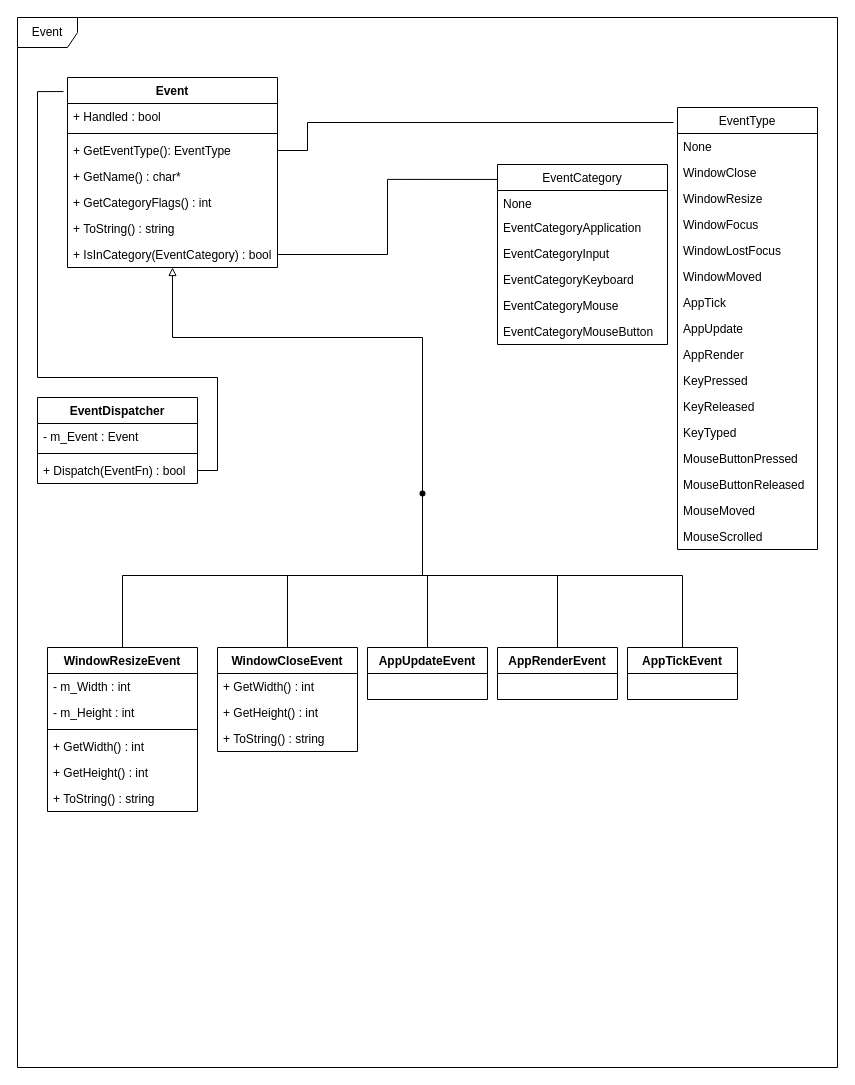
Before: page "Event" (5 of 8) of UMLDiagram.drawio in hazN/ECS_Engine, a draw.io diagram. Source tidied: cells renumbered, new cells numbered last; positions are measured from the earlier drawing's top-left corner, leaving out a move shared by most shapes. Both pictures are drawn from the tidied source at 100%, with x=0, y=0 at pixel (17, 17).
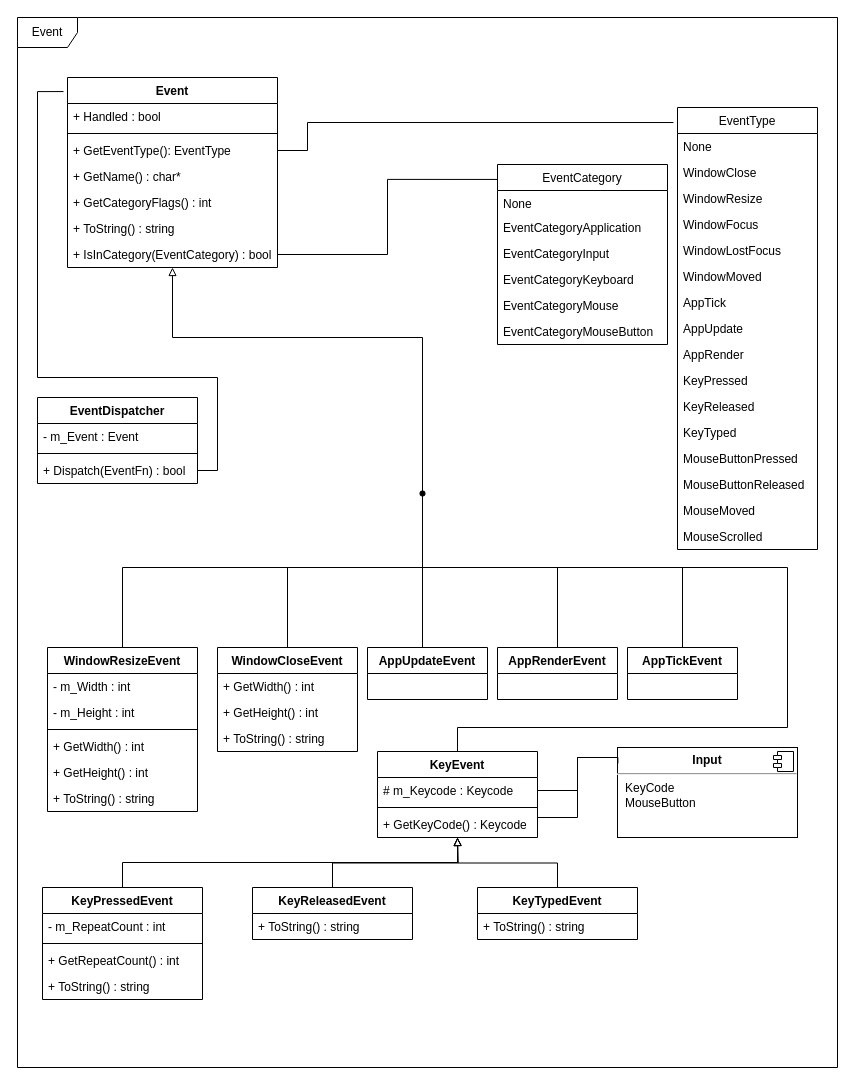
After the change.

Commit message (it also covers changes not shown here):
Update UMLDiagram.: KeyEvent

Unchanged cells that the change refers to:
```xml
<mxCell id="43" value="WindowResizeEvent" style="swimlane;fontStyle=1;align=center;verticalAlign=top;horizontal=1;startSize=26;" parent="1" vertex="1">
  <mxGeometry x="30" y="630" width="150" height="164" as="geometry" />
</mxCell>
<mxCell id="51" value="WindowCloseEvent" style="swimlane;fontStyle=1;align=center;verticalAlign=top;horizontal=1;startSize=26;" parent="1" vertex="1">
  <mxGeometry x="200" y="630" width="140" height="104" as="geometry" />
</mxCell>
<mxCell id="56" value="AppTickEvent" style="swimlane;fontStyle=1;align=center;verticalAlign=top;horizontal=1;startSize=26;" parent="1" vertex="1">
  <mxGeometry x="610" y="630" width="110" height="52" as="geometry" />
</mxCell>
<mxCell id="58" value="AppRenderEvent" style="swimlane;fontStyle=1;align=center;verticalAlign=top;horizontal=1;startSize=26;" parent="1" vertex="1">
  <mxGeometry x="480" y="630" width="120" height="52" as="geometry" />
</mxCell>
<mxCell id="60" value="AppUpdateEvent" style="swimlane;fontStyle=1;align=center;verticalAlign=top;horizontal=1;startSize=26;" parent="1" vertex="1">
  <mxGeometry x="350" y="630" width="120" height="52" as="geometry" />
</mxCell>
<mxCell id="62" style="shape=waypoint;sketch=0;fillStyle=solid;size=6;points=[];fillColor=none;perimeter=centerPerimeter;snapToPoint=1;" parent="1" vertex="1">
  <mxGeometry x="395" y="466" width="20" height="20" as="geometry" />
</mxCell>
```

The edit, as a diff of the source:
```diff
@@
     <mxCell id="42" style="edgeStyle=orthogonalEdgeStyle;rounded=0;jettySize=auto;html=1;exitX=0.5;exitY=0;exitDx=0;exitDy=0;entryX=0.25;entryY=0.55;entryDx=0;entryDy=0;entryPerimeter=0;endArrow=none;endFill=0;" parent="1" edge="1" source="43" target="62">
-      <mxGeometry relative="1" as="geometry" />
+      <mxGeometry relative="1" as="geometry">
+        <Array as="points">
+          <mxPoint x="105" y="550" />
+          <mxPoint x="405" y="550" />
+        </Array>
+      </mxGeometry>
     </mxCell>
@@
     <mxCell id="50" style="edgeStyle=orthogonalEdgeStyle;rounded=0;jettySize=auto;html=1;exitX=0.5;exitY=0;exitDx=0;exitDy=0;endArrow=none;endFill=0;entryX=0.3;entryY=0.45;entryDx=0;entryDy=0;entryPerimeter=0;" parent="1" edge="1" source="51" target="62">
-      <mxGeometry relative="1" as="geometry" />
+      <mxGeometry relative="1" as="geometry">
+        <Array as="points">
+          <mxPoint x="270" y="550" />
+          <mxPoint x="405" y="550" />
+        </Array>
+      </mxGeometry>
     </mxCell>
@@
     <mxCell id="55" style="edgeStyle=orthogonalEdgeStyle;rounded=0;jettySize=auto;html=1;exitX=0.5;exitY=0;exitDx=0;exitDy=0;entryX=0.65;entryY=1.25;entryDx=0;entryDy=0;entryPerimeter=0;endArrow=none;endFill=0;" parent="1" edge="1" source="56" target="62">
-      <mxGeometry relative="1" as="geometry" />
+      <mxGeometry relative="1" as="geometry">
+        <Array as="points">
+          <mxPoint x="665" y="550" />
+          <mxPoint x="405" y="550" />
+        </Array>
+      </mxGeometry>
     </mxCell>
@@
     <mxCell id="57" style="edgeStyle=orthogonalEdgeStyle;rounded=0;jettySize=auto;html=1;exitX=0.5;exitY=0;exitDx=0;exitDy=0;entryX=0.65;entryY=0.65;entryDx=0;entryDy=0;entryPerimeter=0;endArrow=none;endFill=0;" parent="1" edge="1" source="58" target="62">
-      <mxGeometry relative="1" as="geometry" />
+      <mxGeometry relative="1" as="geometry">
+        <Array as="points">
+          <mxPoint x="540" y="550" />
+          <mxPoint x="405" y="550" />
+        </Array>
+      </mxGeometry>
     </mxCell>
@@
     <mxCell id="59" style="edgeStyle=orthogonalEdgeStyle;rounded=0;jettySize=auto;html=1;exitX=0.5;exitY=0;exitDx=0;exitDy=0;entryX=0.75;entryY=0.55;entryDx=0;entryDy=0;entryPerimeter=0;endArrow=none;endFill=0;" parent="1" edge="1" source="60" target="62">
-      <mxGeometry relative="1" as="geometry" />
+      <mxGeometry relative="1" as="geometry">
+        <Array as="points">
+          <mxPoint x="405" y="630" />
+        </Array>
+      </mxGeometry>
     </mxCell>
@@
+    <mxCell id="63" style="edgeStyle=orthogonalEdgeStyle;rounded=0;jettySize=auto;html=1;exitX=0.5;exitY=0;exitDx=0;exitDy=0;entryX=1.1;entryY=0.7;entryDx=0;entryDy=0;entryPerimeter=0;endArrow=none;endFill=0;" parent="1" edge="1" source="64" target="62">
+      <mxGeometry relative="1" as="geometry">
+        <Array as="points">
+          <mxPoint x="440" y="710" />
+          <mxPoint x="770" y="710" />
+          <mxPoint x="770" y="550" />
+          <mxPoint x="405" y="550" />
+        </Array>
+      </mxGeometry>
+    </mxCell>
+    <mxCell id="64" value="KeyEvent" style="swimlane;fontStyle=1;align=center;verticalAlign=top;horizontal=1;startSize=26;" parent="1" vertex="1">
+      <mxGeometry x="360" y="734" width="160" height="86" as="geometry" />
+    </mxCell>
+    <mxCell id="65" value="# m_Keycode : Keycode" style="text;strokeColor=none;fillColor=none;align=left;verticalAlign=top;spacingLeft=4;spacingRight=4;overflow=hidden;points=[[0,0.5],[1,0.5]];portConstraint=eastwest;" parent="64" vertex="1">
+      <mxGeometry y="26" width="160" height="26" as="geometry" />
+    </mxCell>
+    <mxCell id="66" style="line;strokeWidth=1;fillColor=none;align=left;verticalAlign=middle;spacingTop=-1;spacingLeft=3;spacingRight=3;labelPosition=right;strokeColor=inherit;" parent="64" vertex="1">
+      <mxGeometry y="52" width="160" height="8" as="geometry" />
+    </mxCell>
+    <mxCell id="67" style="edgeStyle=orthogonalEdgeStyle;rounded=0;jettySize=auto;html=1;exitX=1;exitY=0.5;exitDx=0;exitDy=0;endArrow=none;endFill=0;" parent="64" edge="1" source="68">
+      <mxGeometry relative="1" as="geometry">
+        <mxPoint x="240" y="6" as="targetPoint" />
+        <Array as="points">
+          <mxPoint x="160" y="66" />
+          <mxPoint x="200" y="66" />
+          <mxPoint x="200" y="6" />
+        </Array>
+      </mxGeometry>
+    </mxCell>
+    <mxCell id="68" value="+ GetKeyCode() : Keycode" style="text;strokeColor=none;fillColor=none;align=left;verticalAlign=top;spacingLeft=4;spacingRight=4;overflow=hidden;points=[[0,0.5],[1,0.5]];portConstraint=eastwest;" parent="64" vertex="1">
+      <mxGeometry y="60" width="160" height="26" as="geometry" />
+    </mxCell>
+    <mxCell id="69" value="&lt;p style=&quot;margin:0px;margin-top:6px;text-align:center;&quot;&gt;&lt;b&gt;Input&lt;/b&gt;&lt;/p&gt;&lt;hr&gt;&lt;p style=&quot;margin:0px;margin-left:8px;&quot;&gt;KeyCode&lt;/p&gt;&lt;p style=&quot;margin:0px;margin-left:8px;&quot;&gt;MouseButton&lt;/p&gt;" style="align=left;overflow=fill;html=1;" parent="1" vertex="1">
+      <mxGeometry x="600" y="730" width="180" height="90" as="geometry" />
+    </mxCell>
+    <mxCell id="70" style="shape=component;jettyWidth=8;jettyHeight=4;" parent="69" vertex="1">
+      <mxGeometry x="1" width="20" height="20" relative="1" as="geometry">
+        <mxPoint x="-24" y="4" as="offset" />
+      </mxGeometry>
+    </mxCell>
+    <mxCell id="71" style="edgeStyle=orthogonalEdgeStyle;rounded=0;jettySize=auto;html=1;exitX=1;exitY=0.5;exitDx=0;exitDy=0;entryX=0.002;entryY=0.178;entryDx=0;entryDy=0;entryPerimeter=0;endArrow=none;endFill=0;" parent="1" edge="1" source="65" target="69">
+      <mxGeometry relative="1" as="geometry">
+        <Array as="points">
+          <mxPoint x="560" y="773" />
+          <mxPoint x="560" y="740" />
+          <mxPoint x="600" y="740" />
+        </Array>
+      </mxGeometry>
+    </mxCell>
+    <mxCell id="72" style="edgeStyle=orthogonalEdgeStyle;rounded=0;jettySize=auto;html=1;exitX=0.5;exitY=0;exitDx=0;exitDy=0;endArrow=block;endFill=0;" parent="1" edge="1" source="73" target="64">
+      <mxGeometry relative="1" as="geometry" />
+    </mxCell>
+    <mxCell id="73" value="KeyPressedEvent" style="swimlane;fontStyle=1;align=center;verticalAlign=top;horizontal=1;startSize=26;" parent="1" vertex="1">
+      <mxGeometry x="25" y="870" width="160" height="112" as="geometry" />
+    </mxCell>
+    <mxCell id="74" value="- m_RepeatCount : int" style="text;strokeColor=none;fillColor=none;align=left;verticalAlign=top;spacingLeft=4;spacingRight=4;overflow=hidden;" parent="73" vertex="1">
+      <mxGeometry y="26" width="160" height="26" as="geometry" />
+    </mxCell>
+    <mxCell id="75" style="line;strokeWidth=1;fillColor=none;align=left;verticalAlign=middle;spacingTop=-1;spacingLeft=3;spacingRight=3;labelPosition=right;strokeColor=inherit;" parent="73" vertex="1">
+      <mxGeometry y="52" width="160" height="8" as="geometry" />
+    </mxCell>
+    <mxCell id="76" value="+ GetRepeatCount() : int" style="text;strokeColor=none;fillColor=none;align=left;verticalAlign=top;spacingLeft=4;spacingRight=4;overflow=hidden;" parent="73" vertex="1">
+      <mxGeometry y="60" width="160" height="26" as="geometry" />
+    </mxCell>
+    <mxCell id="77" value="+ ToString() : string" style="text;strokeColor=none;fillColor=none;align=left;verticalAlign=top;spacingLeft=4;spacingRight=4;overflow=hidden;" parent="73" vertex="1">
+      <mxGeometry y="86" width="160" height="26" as="geometry" />
+    </mxCell>
+    <mxCell id="78" style="edgeStyle=orthogonalEdgeStyle;rounded=0;jettySize=auto;html=1;exitX=0.5;exitY=0;exitDx=0;exitDy=0;endArrow=block;endFill=0;" parent="1" edge="1" source="79">
+      <mxGeometry relative="1" as="geometry">
+        <mxPoint x="440" y="820" as="targetPoint" />
+      </mxGeometry>
+    </mxCell>
+    <mxCell id="79" value="KeyReleasedEvent" style="swimlane;fontStyle=1;align=center;verticalAlign=top;horizontal=1;startSize=26;" parent="1" vertex="1">
+      <mxGeometry x="235" y="870" width="160" height="52" as="geometry" />
+    </mxCell>
+    <mxCell id="80" value="+ ToString() : string" style="text;strokeColor=none;fillColor=none;align=left;verticalAlign=top;spacingLeft=4;spacingRight=4;overflow=hidden;" parent="79" vertex="1">
+      <mxGeometry y="26" width="160" height="26" as="geometry" />
+    </mxCell>
+    <mxCell id="81" style="edgeStyle=orthogonalEdgeStyle;rounded=0;jettySize=auto;html=1;exitX=0.5;exitY=0;exitDx=0;exitDy=0;endArrow=block;endFill=0;" parent="1" edge="1" source="82">
+      <mxGeometry relative="1" as="geometry">
+        <mxPoint x="440" y="820" as="targetPoint" />
+      </mxGeometry>
+    </mxCell>
+    <mxCell id="82" value="KeyTypedEvent" style="swimlane;fontStyle=1;align=center;verticalAlign=top;horizontal=1;startSize=26;" parent="1" vertex="1">
+      <mxGeometry x="460" y="870" width="160" height="52" as="geometry" />
+    </mxCell>
+    <mxCell id="83" value="+ ToString() : string" style="text;strokeColor=none;fillColor=none;align=left;verticalAlign=top;spacingLeft=4;spacingRight=4;overflow=hidden;" parent="82" vertex="1">
+      <mxGeometry y="26" width="160" height="26" as="geometry" />
+    </mxCell>
```
